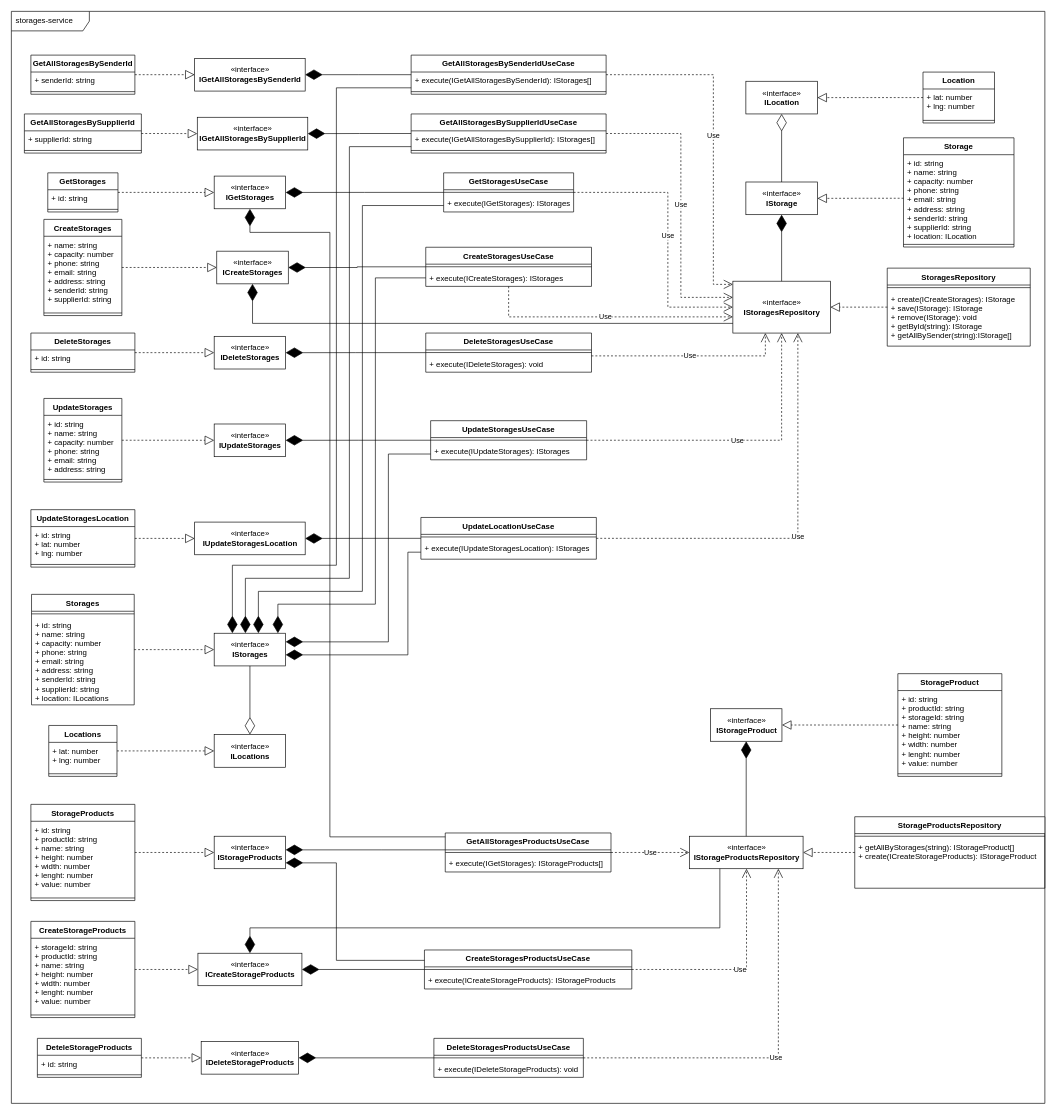
bitols/logistics-services-management keeps this draw.io diagram as project/diagrams/class-diagrams/storages-service/storages-service-clean.drawio. Above is the earlier version. Source tidied: cells renumbered, new cells numbered last; positions are measured from the earlier drawing's top-left corner, leaving out a move shared by most shapes. Both pictures are drawn from the tidied source at 65%, with x=0, y=0 at pixel (11, 11).
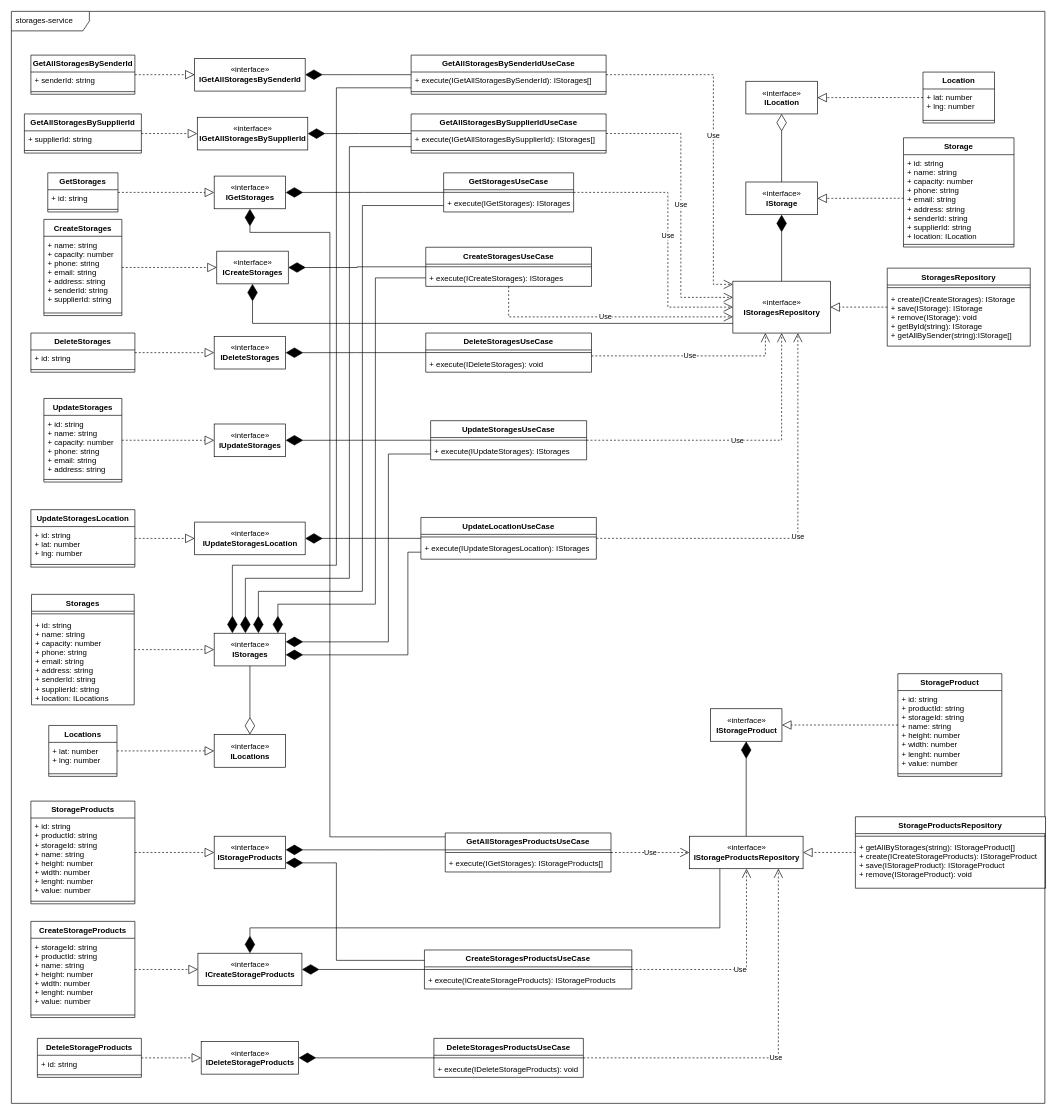
The same page after the edit.

What changed in the source:
```diff
@@
     <mxCell id="113" value="StorageProducts" style="swimlane;fontStyle=1;align=center;verticalAlign=top;horizontal=1;startSize=26;" parent="1" vertex="1">
-      <mxGeometry x="30" y="1220" width="160" height="148" as="geometry" />
+      <mxGeometry x="30" y="1215" width="160" height="158" as="geometry" />
     </mxCell>
-    <mxCell id="114" value="+ id: string&#10;+ productId: string&#10;+ name: string&#10;+ height: number&#10;+ width: number&#10;+ lenght: number&#10;+ value: number" style="text;strokeColor=none;fillColor=none;align=left;verticalAlign=top;spacingLeft=4;spacingRight=4;overflow=hidden;" parent="113" vertex="1">
-      <mxGeometry y="26" width="160" height="114" as="geometry" />
+    <mxCell id="114" value="+ id: string&#10;+ productId: string&#10;+ storageId: string&#10;+ name: string&#10;+ height: number&#10;+ width: number&#10;+ lenght: number&#10;+ value: number" style="text;strokeColor=none;fillColor=none;align=left;verticalAlign=top;spacingLeft=4;spacingRight=4;overflow=hidden;" parent="113" vertex="1">
+      <mxGeometry y="26" width="160" height="124" as="geometry" />
     </mxCell>
     <mxCell id="115" style="line;strokeWidth=1;fillColor=none;align=left;verticalAlign=middle;spacingTop=-1;spacingLeft=3;spacingRight=3;labelPosition=right;strokeColor=inherit;" parent="113" vertex="1">
-      <mxGeometry y="140" width="160" height="8" as="geometry" />
+      <mxGeometry y="150" width="160" height="8" as="geometry" />
     </mxCell>
@@
     <mxCell id="119" value="StorageProductsRepository" style="swimlane;fontStyle=1;align=center;verticalAlign=top;horizontal=1;startSize=26;" parent="1" vertex="1">
-      <mxGeometry x="1297.5" y="1239" width="292.5" height="110" as="geometry" />
+      <mxGeometry x="1298.5" y="1239" width="292.5" height="110" as="geometry" />
     </mxCell>
@@
-    <mxCell id="121" value="+ getAllByStorages(string): IStorageProduct[]&#10;+ create(ICreateStorageProducts): IStorageProduct" style="text;strokeColor=none;fillColor=none;align=left;verticalAlign=top;spacingLeft=4;spacingRight=4;overflow=hidden;" parent="119" vertex="1">
+    <mxCell id="121" value="+ getAllByStorages(string): IStorageProduct[]&#10;+ create(ICreateStorageProducts): IStorageProduct&#10;+ save(IStorageProduct): IStorageProduct&#10;+ remove(IStorageProduct): void" style="text;strokeColor=none;fillColor=none;align=left;verticalAlign=top;spacingLeft=4;spacingRight=4;overflow=hidden;" parent="119" vertex="1">
       <mxGeometry y="34" width="292.5" height="76" as="geometry" />
     </mxCell>
```
